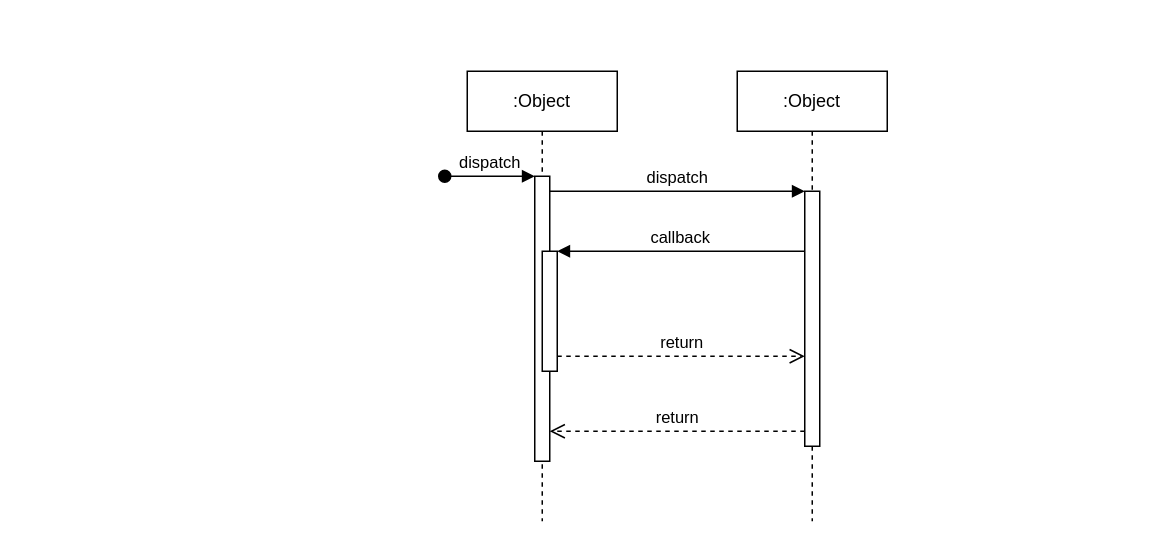
The draw.io diagram SequenceDiag.drawio in micahsellis/UMLs, before the edit. Source tidied: cells renumbered, new cells numbered last; positions are measured from the earlier drawing's top-left corner, leaving out a move shared by most shapes. Both pictures are drawn from the tidied source at 150%, with x=0, y=0 at pixel (444, 70).
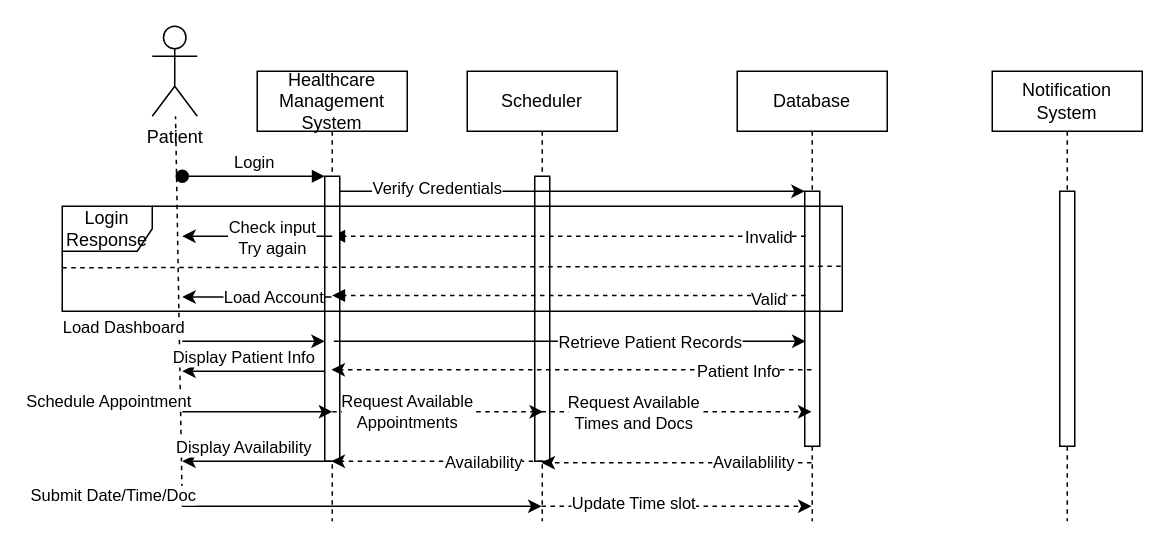
Above is the later version.

The change refers to these unchanged cells:
```xml
<mxCell id="3" style="html=1;points=[];perimeter=orthogonalPerimeter;outlineConnect=0;targetShapes=umlLifeline;portConstraint=eastwest;newEdgeStyle={&quot;edgeStyle&quot;:&quot;elbowEdgeStyle&quot;,&quot;elbow&quot;:&quot;vertical&quot;,&quot;curved&quot;:0,&quot;rounded&quot;:0};" parent="2" vertex="1">
  <mxGeometry x="45" y="70" width="10" height="190" as="geometry" />
</mxCell>
<mxCell id="7" style="html=1;points=[];perimeter=orthogonalPerimeter;outlineConnect=0;targetShapes=umlLifeline;portConstraint=eastwest;newEdgeStyle={&quot;edgeStyle&quot;:&quot;elbowEdgeStyle&quot;,&quot;elbow&quot;:&quot;vertical&quot;,&quot;curved&quot;:0,&quot;rounded&quot;:0};" parent="6" vertex="1">
  <mxGeometry x="45" y="80" width="10" height="170" as="geometry" />
</mxCell>
```

The edit, as a diff of the source:
```diff
@@
-    <mxCell id="2" value=":Object" style="shape=umlLifeline;perimeter=lifelinePerimeter;whiteSpace=wrap;html=1;outlineConnect=0;portConstraint=eastwest;newEdgeStyle={&quot;edgeStyle&quot;:&quot;elbowEdgeStyle&quot;,&quot;elbow&quot;:&quot;vertical&quot;,&quot;curved&quot;:0,&quot;rounded&quot;:0};" parent="1" vertex="1">
+    <mxCell id="2" value="Scheduler" style="shape=umlLifeline;perimeter=lifelinePerimeter;whiteSpace=wrap;html=1;outlineConnect=0;portConstraint=eastwest;newEdgeStyle={&quot;edgeStyle&quot;:&quot;elbowEdgeStyle&quot;,&quot;elbow&quot;:&quot;vertical&quot;,&quot;curved&quot;:0,&quot;rounded&quot;:0};" parent="1" vertex="1">
       <mxGeometry x="15" width="100" height="300" as="geometry" />
     </mxCell>
@@
-    <mxCell id="4" value="dispatch" style="html=1;verticalAlign=bottom;startArrow=oval;endArrow=block;startSize=8;edgeStyle=elbowEdgeStyle;elbow=vertical;curved=0;rounded=0;" parent="2" edge="1" target="3">
-      <mxGeometry relative="1" as="geometry">
-        <mxPoint x="-15" y="70" as="sourcePoint" />
-      </mxGeometry>
-    </mxCell>
-    <mxCell id="5" style="html=1;points=[];perimeter=orthogonalPerimeter;outlineConnect=0;targetShapes=umlLifeline;portConstraint=eastwest;newEdgeStyle={&quot;edgeStyle&quot;:&quot;elbowEdgeStyle&quot;,&quot;elbow&quot;:&quot;vertical&quot;,&quot;curved&quot;:0,&quot;rounded&quot;:0};" parent="2" vertex="1">
-      <mxGeometry x="50" y="120" width="10" height="80" as="geometry" />
-    </mxCell>
-    <mxCell id="6" value=":Object" style="shape=umlLifeline;perimeter=lifelinePerimeter;whiteSpace=wrap;html=1;newEdgeStyle={&quot;edgeStyle&quot;:&quot;elbowEdgeStyle&quot;,&quot;elbow&quot;:&quot;vertical&quot;,&quot;curved&quot;:0,&quot;rounded&quot;:0};" parent="1" vertex="1">
+    <mxCell id="6" value="Database" style="shape=umlLifeline;perimeter=lifelinePerimeter;whiteSpace=wrap;html=1;newEdgeStyle={&quot;edgeStyle&quot;:&quot;elbowEdgeStyle&quot;,&quot;elbow&quot;:&quot;vertical&quot;,&quot;curved&quot;:0,&quot;rounded&quot;:0};" parent="1" vertex="1">
       <mxGeometry x="195" width="100" height="300" as="geometry" />
     </mxCell>
@@
-    <mxCell id="8" value="dispatch" style="html=1;verticalAlign=bottom;endArrow=block;edgeStyle=elbowEdgeStyle;elbow=vertical;curved=0;rounded=0;" parent="1" edge="1" source="3" target="7">
-      <mxGeometry relative="1" as="geometry">
-        <Array as="points">
-          <mxPoint x="155" y="80" />
-        </Array>
-      </mxGeometry>
-    </mxCell>
-    <mxCell id="9" value="return" style="html=1;verticalAlign=bottom;endArrow=open;dashed=1;endSize=8;edgeStyle=elbowEdgeStyle;elbow=vertical;curved=0;rounded=0;" parent="1" edge="1" source="7" target="3">
-      <mxGeometry relative="1" as="geometry">
-        <Array as="points">
-          <mxPoint x="165" y="240" />
-        </Array>
-      </mxGeometry>
-    </mxCell>
-    <mxCell id="10" value="callback" style="html=1;verticalAlign=bottom;endArrow=block;edgeStyle=elbowEdgeStyle;elbow=vertical;curved=0;rounded=0;" parent="1" edge="1" source="7" target="5">
-      <mxGeometry relative="1" as="geometry">
+    <mxCell id="10" value="Invalid" style="html=1;verticalAlign=bottom;endArrow=block;edgeStyle=elbowEdgeStyle;elbow=horizontal;curved=0;rounded=0;dashed=1;" parent="1" edge="1">
+      <mxGeometry x="-0.84" y="10" relative="1" as="geometry">
+        <mxPoint x="240.5" y="110" as="sourcePoint" />
+        <mxPoint x="-75" y="110" as="targetPoint" />
         <Array as="points">
-          <mxPoint x="165" y="120" />
+          <mxPoint x="115.5" y="110" />
+          <mxPoint x="165.5" y="110" />
         </Array>
       </mxGeometry>
     </mxCell>
-    <mxCell id="11" value="return" style="html=1;verticalAlign=bottom;endArrow=open;dashed=1;endSize=8;edgeStyle=elbowEdgeStyle;elbow=vertical;curved=0;rounded=0;" parent="1" edge="1" source="5" target="7">
-      <mxGeometry relative="1" as="geometry">
-        <Array as="points">
-          <mxPoint x="155" y="190" />
-        </Array>
-      </mxGeometry>
-    </mxCell>
+    <mxCell id="12" value="Patient" style="shape=umlActor;verticalLabelPosition=bottom;verticalAlign=top;html=1;outlineConnect=0;" parent="1" vertex="1">
+      <mxGeometry x="-195" y="-30" width="30" height="60" as="geometry" />
+    </mxCell>
+    <mxCell id="13" value="Notification System" style="shape=umlLifeline;perimeter=lifelinePerimeter;whiteSpace=wrap;html=1;newEdgeStyle={&quot;edgeStyle&quot;:&quot;elbowEdgeStyle&quot;,&quot;elbow&quot;:&quot;vertical&quot;,&quot;curved&quot;:0,&quot;rounded&quot;:0};" parent="1" vertex="1">
+      <mxGeometry x="365" width="100" height="300" as="geometry" />
+    </mxCell>
+    <mxCell id="14" style="html=1;perimeter=orthogonalPerimeter;targetShapes=umlLifeline;newEdgeStyle={&quot;edgeStyle&quot;:&quot;elbowEdgeStyle&quot;,&quot;elbow&quot;:&quot;vertical&quot;,&quot;curved&quot;:0,&quot;rounded&quot;:0};" parent="13" vertex="1">
+      <mxGeometry x="45" y="80" width="10" height="170" as="geometry" />
+    </mxCell>
+    <mxCell id="15" value="Healthcare Management System" style="shape=umlLifeline;perimeter=lifelinePerimeter;whiteSpace=wrap;html=1;outlineConnect=0;portConstraint=eastwest;newEdgeStyle={&quot;edgeStyle&quot;:&quot;elbowEdgeStyle&quot;,&quot;elbow&quot;:&quot;vertical&quot;,&quot;curved&quot;:0,&quot;rounded&quot;:0};" parent="1" vertex="1">
+      <mxGeometry x="-125" width="100" height="300" as="geometry" />
+    </mxCell>
+    <mxCell id="16" style="html=1;points=[];perimeter=orthogonalPerimeter;outlineConnect=0;targetShapes=umlLifeline;portConstraint=eastwest;newEdgeStyle={&quot;edgeStyle&quot;:&quot;elbowEdgeStyle&quot;,&quot;elbow&quot;:&quot;vertical&quot;,&quot;curved&quot;:0,&quot;rounded&quot;:0};" parent="15" vertex="1">
+      <mxGeometry x="45" y="70" width="10" height="190" as="geometry" />
+    </mxCell>
+    <mxCell id="17" value="Login" style="html=1;verticalAlign=bottom;startArrow=oval;endArrow=block;startSize=8;edgeStyle=elbowEdgeStyle;elbow=vertical;curved=0;rounded=0;" parent="15" edge="1" target="16">
+      <mxGeometry relative="1" as="geometry">
+        <mxPoint x="-50" y="70" as="sourcePoint" />
+      </mxGeometry>
+    </mxCell>
+    <mxCell id="18" style="endArrow=classic;html=1;rounded=0;" parent="1" edge="1">
+      <mxGeometry relative="1" as="geometry">
+        <mxPoint x="-70" y="80" as="sourcePoint" />
+        <mxPoint x="240" y="80" as="targetPoint" />
+      </mxGeometry>
+    </mxCell>
+    <mxCell id="19" value="Verify Credentials" style="edgeLabel;html=1;align=center;verticalAlign=middle;" parent="18" vertex="1">
+      <mxGeometry x="-0.59" y="3" relative="1" as="geometry" />
+    </mxCell>
+    <mxCell id="20" value="Valid" style="html=1;verticalAlign=bottom;endArrow=block;edgeStyle=elbowEdgeStyle;elbow=vertical;curved=0;rounded=0;dashed=1;" parent="1" edge="1">
+      <mxGeometry x="-0.84" y="11" relative="1" as="geometry">
+        <mxPoint x="240.5" y="149.5" as="sourcePoint" />
+        <mxPoint x="-75" y="149.5" as="targetPoint" />
+        <Array as="points">
+          <mxPoint x="165.5" y="149.5" />
+        </Array>
+      </mxGeometry>
+    </mxCell>
+    <mxCell id="21" value="Login Response" style="shape=umlFrame;whiteSpace=wrap;html=1;" parent="1" vertex="1">
+      <mxGeometry x="-255" y="90" width="520" height="70" as="geometry" />
+    </mxCell>
+    <mxCell id="22" style="endArrow=none;dashed=1;html=1;rounded=0;" parent="1" edge="1" target="12">
+      <mxGeometry relative="1" as="geometry">
+        <mxPoint x="-175" y="290" as="sourcePoint" />
+      </mxGeometry>
+    </mxCell>
+    <mxCell id="23" style="endArrow=classic;html=1;rounded=0;" parent="1" edge="1">
+      <mxGeometry relative="1" as="geometry">
+        <mxPoint x="-75.5" y="150.5" as="sourcePoint" />
+        <mxPoint x="-175" y="150.5" as="targetPoint" />
+      </mxGeometry>
+    </mxCell>
+    <mxCell id="24" value="Load Account" style="edgeLabel;html=1;align=center;verticalAlign=middle;" parent="23" vertex="1">
+      <mxGeometry x="0.36" y="1" relative="1" as="geometry">
+        <mxPoint x="29" y="-1" as="offset" />
+      </mxGeometry>
+    </mxCell>
+    <mxCell id="25" style="endArrow=classic;html=1;rounded=0;" parent="1" edge="1">
+      <mxGeometry relative="1" as="geometry">
+        <mxPoint x="-75" y="110" as="sourcePoint" />
+        <mxPoint x="-175" y="110" as="targetPoint" />
+      </mxGeometry>
+    </mxCell>
+    <mxCell id="26" value="Check input &lt;br&gt;Try again" style="edgeLabel;html=1;align=center;verticalAlign=middle;" parent="25" vertex="1">
+      <mxGeometry x="-0.45" y="-1" relative="1" as="geometry">
+        <mxPoint x="-13" y="1" as="offset" />
+      </mxGeometry>
+    </mxCell>
+    <mxCell id="27" style="endArrow=none;dashed=1;html=1;rounded=0;exitX=0;exitY=0.671;exitDx=0;exitDy=0;exitPerimeter=0;" parent="1" edge="1">
+      <mxGeometry relative="1" as="geometry">
+        <mxPoint x="-255" y="131" as="sourcePoint" />
+        <mxPoint x="265" y="130" as="targetPoint" />
+      </mxGeometry>
+    </mxCell>
+    <mxCell id="28" style="endArrow=classic;html=1;rounded=0;" parent="1" edge="1">
+      <mxGeometry relative="1" as="geometry">
+        <mxPoint x="-74" y="180" as="sourcePoint" />
+        <mxPoint x="240.5" y="180" as="targetPoint" />
+      </mxGeometry>
+    </mxCell>
+    <mxCell id="29" value="&lt;div&gt;Retrieve Patient Records&lt;/div&gt;" style="edgeLabel;html=1;align=center;verticalAlign=middle;" parent="28" vertex="1">
+      <mxGeometry x="-0.34" relative="1" as="geometry">
+        <mxPoint x="106" as="offset" />
+      </mxGeometry>
+    </mxCell>
+    <mxCell id="30" style="endArrow=classic;html=1;rounded=0;" parent="1" edge="1" target="16">
+      <mxGeometry relative="1" as="geometry">
+        <mxPoint x="-175" y="180" as="sourcePoint" />
+      </mxGeometry>
+    </mxCell>
+    <mxCell id="31" value="Load Dashboard" style="edgeLabel;html=1;align=center;verticalAlign=middle;" parent="30" vertex="1">
+      <mxGeometry x="-0.24" y="-1" relative="1" as="geometry">
+        <mxPoint x="-76" y="-11" as="offset" />
+      </mxGeometry>
+    </mxCell>
+    <mxCell id="32" style="endArrow=classic;html=1;rounded=0;dashed=1;" parent="1" edge="1">
+      <mxGeometry relative="1" as="geometry">
+        <mxPoint x="244.5" y="199" as="sourcePoint" />
+        <mxPoint x="-75.5" y="199" as="targetPoint" />
+      </mxGeometry>
+    </mxCell>
+    <mxCell id="33" value="Patient Info" style="edgeLabel;html=1;align=center;verticalAlign=middle;" parent="32" vertex="1">
+      <mxGeometry x="-0.45" y="3" relative="1" as="geometry">
+        <mxPoint x="39" y="-3" as="offset" />
+      </mxGeometry>
+    </mxCell>
+    <mxCell id="34" style="endArrow=classic;html=1;rounded=0;" parent="1" edge="1" source="16">
+      <mxGeometry relative="1" as="geometry">
+        <mxPoint x="-175" y="200" as="targetPoint" />
+      </mxGeometry>
+    </mxCell>
+    <mxCell id="35" value="Display Patient Info" style="edgeLabel;html=1;align=center;verticalAlign=middle;" parent="34" vertex="1">
+      <mxGeometry x="-0.39" y="-2" relative="1" as="geometry">
+        <mxPoint x="-26" y="-8" as="offset" />
+      </mxGeometry>
+    </mxCell>
+    <mxCell id="36" style="endArrow=classic;html=1;rounded=0;" parent="1" edge="1">
+      <mxGeometry relative="1" as="geometry">
+        <mxPoint x="-175" y="227" as="sourcePoint" />
+        <mxPoint x="-75" y="227" as="targetPoint" />
+      </mxGeometry>
+    </mxCell>
+    <mxCell id="37" value="Schedule Appointment" style="edgeLabel;html=1;align=center;verticalAlign=middle;" parent="36" vertex="1">
+      <mxGeometry x="-0.2" y="-1" relative="1" as="geometry">
+        <mxPoint x="-90" y="-9" as="offset" />
+      </mxGeometry>
+    </mxCell>
+    <mxCell id="38" value="Request Available&lt;br&gt;Appointments" style="endArrow=classic;html=1;rounded=0;dashed=1;" parent="1" edge="1">
+      <mxGeometry x="-0.29" relative="1" as="geometry">
+        <mxPoint x="-75" y="227" as="sourcePoint" />
+        <mxPoint x="65.5" y="227" as="targetPoint" />
+      </mxGeometry>
+    </mxCell>
+    <mxCell id="39" style="endArrow=classic;html=1;rounded=0;dashed=1;" parent="1" edge="1">
+      <mxGeometry relative="1" as="geometry">
+        <mxPoint x="64.5" y="227" as="sourcePoint" />
+        <mxPoint x="244.5" y="227" as="targetPoint" />
+      </mxGeometry>
+    </mxCell>
+    <mxCell id="40" value="Request Available &lt;br&gt;Times and Docs" style="edgeLabel;html=1;align=center;verticalAlign=middle;" parent="39" vertex="1">
+      <mxGeometry x="0.38" relative="1" as="geometry">
+        <mxPoint x="-63" as="offset" />
+      </mxGeometry>
+    </mxCell>
+    <mxCell id="41" style="endArrow=classic;html=1;rounded=0;dashed=1;" parent="1" edge="1">
+      <mxGeometry relative="1" as="geometry">
+        <mxPoint x="244.5" y="261" as="sourcePoint" />
+        <mxPoint x="64.5" y="261" as="targetPoint" />
+      </mxGeometry>
+    </mxCell>
+    <mxCell id="42" value="Availablility" style="edgeLabel;html=1;align=center;verticalAlign=middle;" parent="41" vertex="1">
+      <mxGeometry x="-0.31" y="1" relative="1" as="geometry">
+        <mxPoint x="23" y="-2" as="offset" />
+      </mxGeometry>
+    </mxCell>
+    <mxCell id="43" style="endArrow=classic;html=1;rounded=0;dashed=1;" parent="1" edge="1">
+      <mxGeometry relative="1" as="geometry">
+        <mxPoint x="65" y="260" as="sourcePoint" />
+        <mxPoint x="-75.5" y="260" as="targetPoint" />
+      </mxGeometry>
+    </mxCell>
+    <mxCell id="44" value="Availability" style="edgeLabel;html=1;align=center;verticalAlign=middle;" parent="43" vertex="1">
+      <mxGeometry x="-0.1" y="-1" relative="1" as="geometry">
+        <mxPoint x="23" y="1" as="offset" />
+      </mxGeometry>
+    </mxCell>
+    <mxCell id="45" style="endArrow=classic;html=1;rounded=0;" parent="1" edge="1" source="15">
+      <mxGeometry relative="1" as="geometry">
+        <mxPoint x="-175" y="260" as="targetPoint" />
+      </mxGeometry>
+    </mxCell>
+    <mxCell id="46" value="Display Availability" style="edgeLabel;html=1;align=center;verticalAlign=middle;" parent="45" vertex="1">
+      <mxGeometry x="0.4" y="-1" relative="1" as="geometry">
+        <mxPoint x="11" y="-9" as="offset" />
+      </mxGeometry>
+    </mxCell>
+    <mxCell id="47" style="endArrow=classic;html=1;rounded=0;" parent="1" edge="1" target="2">
+      <mxGeometry relative="1" as="geometry">
+        <mxPoint x="-175" y="290" as="sourcePoint" />
+      </mxGeometry>
+    </mxCell>
+    <mxCell id="48" value="Submit Date/Time/Doc " style="edgeLabel;html=1;align=center;verticalAlign=middle;" parent="47" vertex="1">
+      <mxGeometry x="-0.38" y="-1" relative="1" as="geometry">
+        <mxPoint x="-121" y="-9" as="offset" />
+      </mxGeometry>
+    </mxCell>
+    <mxCell id="49" style="endArrow=classic;html=1;rounded=0;dashed=1;" parent="1" edge="1">
+      <mxGeometry relative="1" as="geometry">
+        <mxPoint x="64.5" y="290" as="sourcePoint" />
+        <mxPoint x="244.5" y="290" as="targetPoint" />
+      </mxGeometry>
+    </mxCell>
+    <mxCell id="50" value="Update Time slot" style="edgeLabel;html=1;align=center;verticalAlign=middle;" parent="49" vertex="1">
+      <mxGeometry x="0.36" y="3" relative="1" as="geometry">
+        <mxPoint x="-61" as="offset" />
+      </mxGeometry>
+    </mxCell>
```
